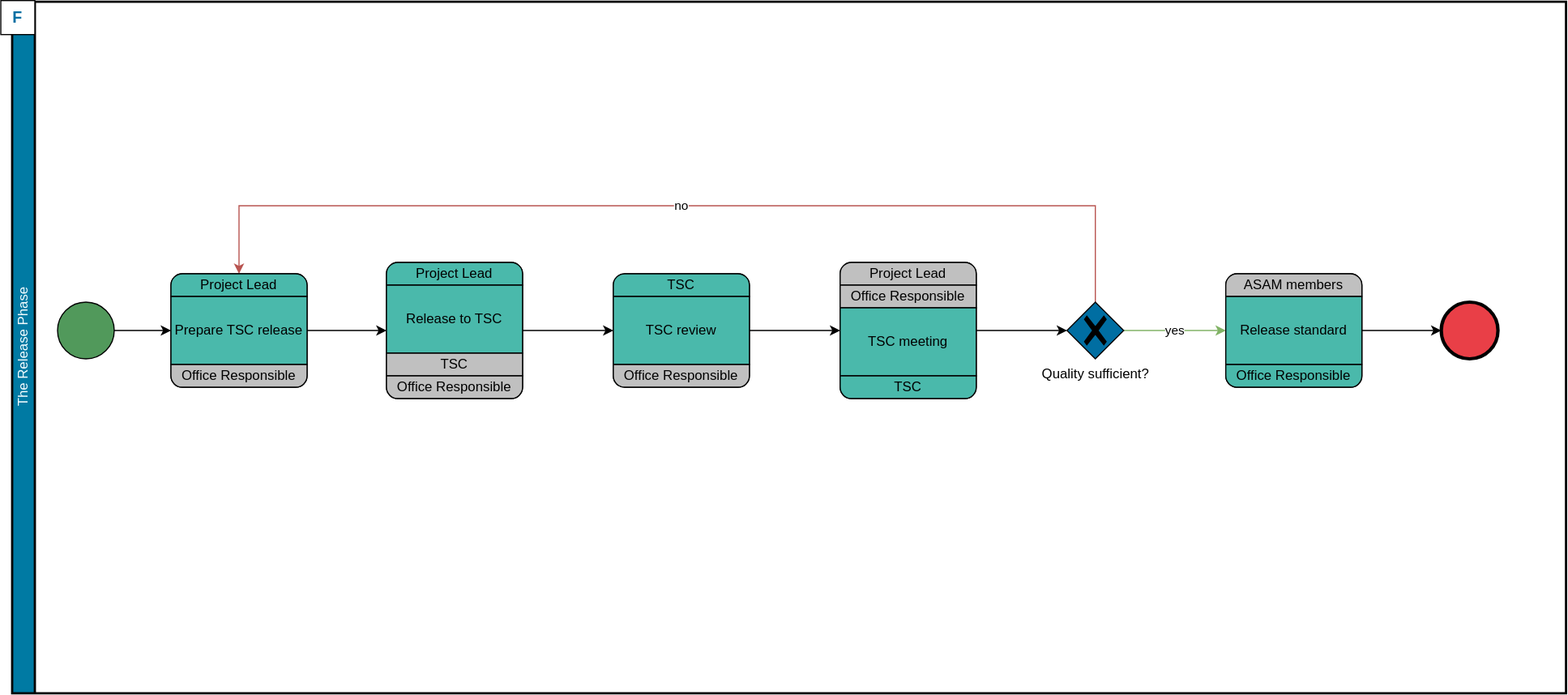
asam-ev/asam-project-guide-content keeps this draw.io diagram as content/modules/compendium/assets/images/asam/release_phase.drawio.svg. Above is the earlier version. Source tidied: cells renumbered, new cells last; positions are measured from the earlier drawing's top-left corner, leaving out a move shared by most shapes.
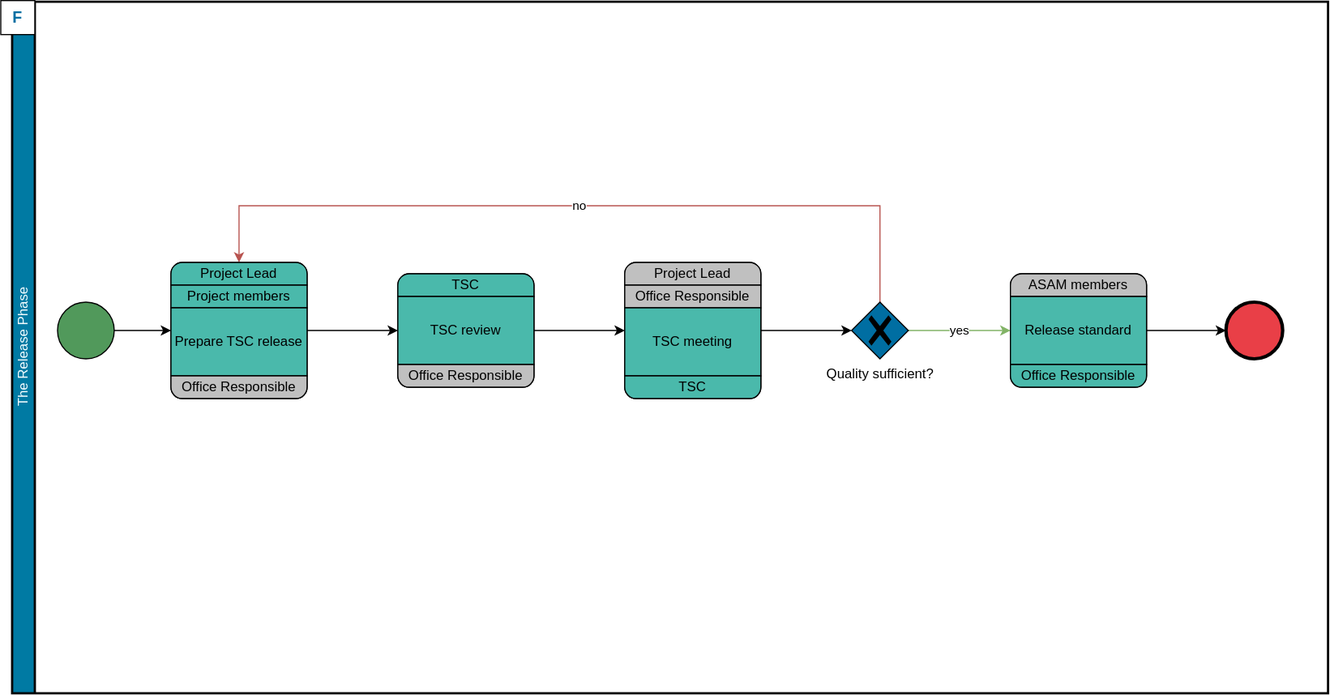
Later version of the same file.

Commit message:
Updated the release phase information

Diff of the diagram source:
```diff
@@ -3,7 +3,7 @@
     <mxCell id="0" />
     <mxCell id="1" parent="0" />
     <mxCell id="2" value="The Release Phase" style="swimlane;html=1;startSize=20;fontStyle=0;horizontal=0;swimlaneLine=1;swimlaneFillColor=#ffffff;strokeWidth=2;fillColor=#007AA3;fontColor=#F5FDFF;" parent="1" vertex="1">
-      <mxGeometry x="10" y="1" width="1370" height="610" as="geometry" />
+      <mxGeometry x="10" y="1" width="1160" height="610" as="geometry" />
     </mxCell>
     <mxCell id="3" value="F" style="whiteSpace=wrap;html=1;fontColor=#006EA2;fillColor=#FFFFFF;fontSize=14;fontStyle=1;" parent="2" vertex="1">
       <mxGeometry x="-10" y="-1" width="30" height="30" as="geometry" />
@@ -15,7 +15,7 @@
       <mxGeometry x="40" y="265" width="50" height="50" as="geometry" />
     </mxCell>
     <mxCell id="6" value="Draft Project Proposal, gather ideas and feature requests" style="rounded=1;whiteSpace=wrap;html=1;absoluteArcSize=1;arcSize=20;horizontal=1;fillColor=#4AB9AB;" parent="2" vertex="1">
-      <mxGeometry x="730" y="230" width="120" height="120" as="geometry" />
+      <mxGeometry x="540" y="230" width="120" height="120" as="geometry" />
     </mxCell>
     <mxCell id="7" value="Project Lead" style="whiteSpace=wrap;html=1;shape=mxgraph.basic.rect;size=10;rectStyle=rounded;bottomRightStyle=square;bottomLeftStyle=square;fillColor=#C0C0C0;" parent="6" vertex="1">
       <mxGeometry width="120" height="20" as="geometry" />
@@ -30,13 +30,13 @@
       <mxGeometry y="100" width="120" height="20" as="geometry" />
     </mxCell>
     <mxCell id="11" style="points=[[0.145,0.145,0],[0.5,0,0],[0.855,0.145,0],[1,0.5,0],[0.855,0.855,0],[0.5,1,0],[0.145,0.855,0],[0,0.5,0]];shape=mxgraph.bpmn.event;html=1;verticalLabelPosition=bottom;labelBackgroundColor=#ffffff;verticalAlign=top;align=center;perimeter=ellipsePerimeter;outlineConnect=0;outline=end;symbol=terminate2;fillColor=#E93F47;" parent="2" vertex="1">
-      <mxGeometry x="1260" y="265" width="50" height="50" as="geometry" />
+      <mxGeometry x="1070" y="265" width="50" height="50" as="geometry" />
     </mxCell>
     <mxCell id="12" value="yes" style="edgeStyle=orthogonalEdgeStyle;rounded=0;jettySize=auto;html=1;fillColor=#d5e8d4;strokeColor=#82b366;" parent="2" edge="1" source="19" target="33">
       <mxGeometry relative="1" as="geometry" />
     </mxCell>
     <mxCell id="13" value="Draft Project Proposal, gather ideas and feature requests" style="rounded=1;whiteSpace=wrap;html=1;absoluteArcSize=1;arcSize=20;horizontal=1;fillColor=#4AB9AB;" parent="2" vertex="1">
-      <mxGeometry x="530" y="240" width="120" height="100" as="geometry" />
+      <mxGeometry x="340" y="240" width="120" height="100" as="geometry" />
     </mxCell>
     <mxCell id="14" value="TSC" style="whiteSpace=wrap;html=1;shape=mxgraph.basic.rect;size=10;rectStyle=rounded;bottomRightStyle=square;bottomLeftStyle=square;fillColor=#4AB9AB;" parent="13" vertex="1">
       <mxGeometry width="120" height="20" as="geometry" />
@@ -53,55 +53,40 @@
     <mxCell id="18" value="no" style="edgeStyle=orthogonalEdgeStyle;rounded=0;jettySize=auto;html=1;exitX=0.5;exitY=0;exitDx=0;exitDy=0;exitPerimeter=0;entryX=0.5;entryY=0;entryDx=0;entryDy=0;fillColor=#f8cecc;strokeColor=#b85450;" parent="2" edge="1" source="19" target="21">
       <mxGeometry relative="1" as="geometry">
         <Array as="points">
-          <mxPoint x="955" y="180" />
+          <mxPoint x="765" y="180" />
           <mxPoint x="200" y="180" />
         </Array>
       </mxGeometry>
     </mxCell>
     <mxCell id="19" value="Quality sufficient?" style="points=[[0.25,0.25,0],[0.5,0,0],[0.75,0.25,0],[1,0.5,0],[0.75,0.75,0],[0.5,1,0],[0.25,0.75,0],[0,0.5,0]];shape=mxgraph.bpmn.gateway2;html=1;verticalLabelPosition=bottom;labelBackgroundColor=#ffffff;verticalAlign=top;align=center;perimeter=rhombusPerimeter;outlineConnect=0;outline=none;symbol=none;gwType=exclusive;fillColor=#006EA2;" parent="2" vertex="1">
-      <mxGeometry x="930" y="265" width="50" height="50" as="geometry" />
+      <mxGeometry x="740" y="265" width="50" height="50" as="geometry" />
     </mxCell>
-    <mxCell id="20" style="edgeStyle=orthogonalEdgeStyle;rounded=0;jettySize=auto;html=1;exitX=1;exitY=0.5;exitDx=0;exitDy=0;entryX=0;entryY=0.5;entryDx=0;entryDy=0;endArrow=classic;endFill=1;" parent="2" edge="1" source="21" target="26">
-      <mxGeometry relative="1" as="geometry" />
-    </mxCell>
     <mxCell id="21" value="Draft Project Proposal, gather ideas and feature requests" style="rounded=1;whiteSpace=wrap;html=1;absoluteArcSize=1;arcSize=20;horizontal=1;fillColor=#4AB9AB;" parent="2" vertex="1">
-      <mxGeometry x="140" y="240" width="120" height="100" as="geometry" />
+      <mxGeometry x="140" y="230" width="120" height="120" as="geometry" />
     </mxCell>
     <mxCell id="22" value="Project Lead" style="whiteSpace=wrap;html=1;shape=mxgraph.basic.rect;size=10;rectStyle=rounded;bottomRightStyle=square;bottomLeftStyle=square;fillColor=#4AB9AB;" parent="21" vertex="1">
       <mxGeometry width="120" height="20" as="geometry" />
     </mxCell>
+    <mxCell id="37" value="Project members" style="shape=mxgraph.bpmn.task;taskMarker=abstract;rectStyle=square;whiteSpace=wrap;fillColor=#4AB9AB;" parent="21" vertex="1">
+      <mxGeometry y="20" width="120" height="20" as="geometry" />
+    </mxCell>
     <mxCell id="23" value="Prepare TSC release" style="shape=mxgraph.bpmn.task;taskMarker=abstract;whiteSpace=wrap;fillColor=#4AB9AB;" parent="21" vertex="1">
-      <mxGeometry y="20" width="120" height="60" as="geometry" />
+      <mxGeometry y="40" width="120" height="60" as="geometry" />
     </mxCell>
     <mxCell id="24" value="Office Responsible" style="whiteSpace=wrap;html=1;shape=mxgraph.basic.rect;size=10;rectStyle=rounded;topRightStyle=square;topLeftStyle=square;fillColor=#C0C0C0;" parent="21" vertex="1">
-      <mxGeometry y="80" width="120" height="20" as="geometry" />
+      <mxGeometry y="100" width="120" height="20" as="geometry" />
     </mxCell>
     <mxCell id="25" style="edgeStyle=orthogonalEdgeStyle;rounded=0;jettySize=auto;html=1;endArrow=classic;endFill=1;" parent="2" edge="1" source="5" target="21">
       <mxGeometry relative="1" as="geometry" />
     </mxCell>
-    <mxCell id="26" value="Draft Project Proposal, gather ideas and feature requests" style="rounded=1;whiteSpace=wrap;html=1;absoluteArcSize=1;arcSize=20;horizontal=1;fillColor=#4AB9AB;" parent="2" vertex="1">
-      <mxGeometry x="330" y="230" width="120" height="120" as="geometry" />
-    </mxCell>
-    <mxCell id="27" value="Project Lead" style="whiteSpace=wrap;html=1;shape=mxgraph.basic.rect;size=10;rectStyle=rounded;bottomRightStyle=square;bottomLeftStyle=square;fillColor=#4AB9AB;" parent="26" vertex="1">
-      <mxGeometry width="120" height="20" as="geometry" />
-    </mxCell>
-    <mxCell id="28" value="Release to TSC" style="shape=mxgraph.bpmn.task;taskMarker=abstract;whiteSpace=wrap;fillColor=#4AB9AB;" parent="26" vertex="1">
-      <mxGeometry y="20" width="120" height="60" as="geometry" />
-    </mxCell>
-    <mxCell id="29" value="TSC" style="shape=mxgraph.bpmn.task;taskMarker=abstract;rectStyle=square;whiteSpace=wrap;fillColor=#C0C0C0;" parent="26" vertex="1">
-      <mxGeometry y="80" width="120" height="20" as="geometry" />
-    </mxCell>
-    <mxCell id="30" value="Office Responsible" style="whiteSpace=wrap;html=1;shape=mxgraph.basic.rect;size=10;rectStyle=rounded;topRightStyle=square;topLeftStyle=square;fillColor=#C0C0C0;" parent="26" vertex="1">
-      <mxGeometry y="100" width="120" height="20" as="geometry" />
-    </mxCell>
-    <mxCell id="31" style="edgeStyle=orthogonalEdgeStyle;rounded=0;jettySize=auto;html=1;startArrow=none;endArrow=classic;endFill=1;" parent="2" edge="1" source="26" target="13">
+    <mxCell id="31" style="edgeStyle=orthogonalEdgeStyle;rounded=0;jettySize=auto;html=1;startArrow=none;endArrow=classic;endFill=1;" parent="2" edge="1" source="21" target="13">
       <mxGeometry relative="1" as="geometry" />
     </mxCell>
     <mxCell id="32" style="edgeStyle=orthogonalEdgeStyle;rounded=0;jettySize=auto;html=1;" parent="2" edge="1" source="33" target="11">
       <mxGeometry relative="1" as="geometry" />
     </mxCell>
     <mxCell id="33" style="rounded=1;whiteSpace=wrap;html=1;absoluteArcSize=1;arcSize=20;horizontal=1;fillColor=#4AB9AB;" parent="2" vertex="1">
-      <mxGeometry x="1070" y="240" width="120" height="100" as="geometry" />
+      <mxGeometry x="880" y="240" width="120" height="100" as="geometry" />
     </mxCell>
     <mxCell id="34" value="ASAM members" style="whiteSpace=wrap;html=1;shape=mxgraph.basic.rect;size=10;rectStyle=rounded;bottomRightStyle=square;bottomLeftStyle=square;fillColor=#C0C0C0;" parent="33" vertex="1">
       <mxGeometry width="120" height="20" as="geometry" />
```
